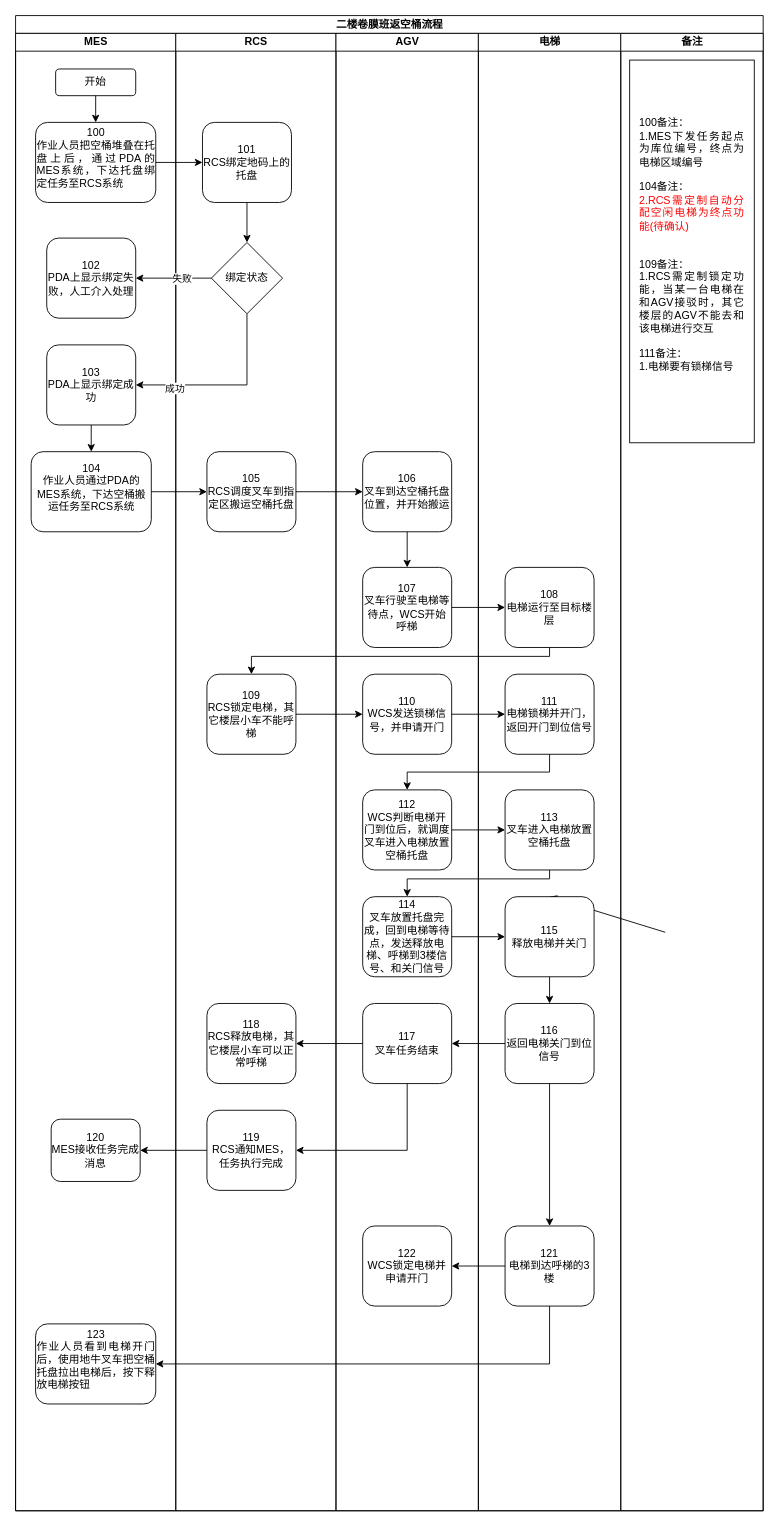
Before: page "二楼卷膜班返空桶流程" (4 of 19) of data/伍子醉作业流程图0221.drawio in chenyanxi/hosts, a draw.io diagram. Source tidied: cells renumbered, new cells numbered last; positions are measured from the earlier drawing's top-left corner, leaving out a move shared by most shapes. Both pictures are drawn from the tidied source at 89%, with x=0, y=0 at pixel (15, 15).
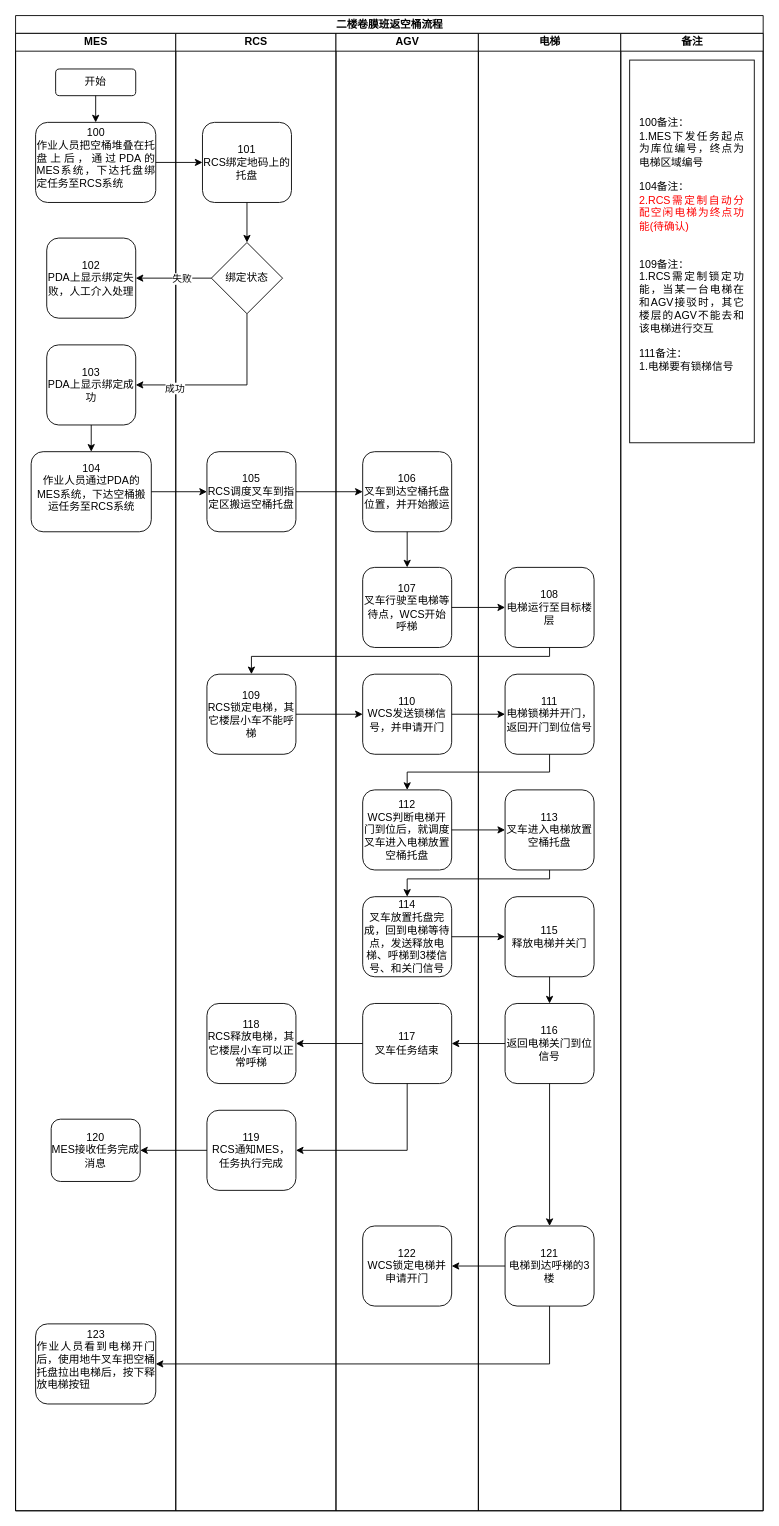
Above is the later version.

The change refers to these unchanged cells:
```xml
<mxCell id="34" value="电梯" style="swimlane;html=1;startSize=20;" parent="2" vertex="1">
  <mxGeometry x="520" y="20" width="160" height="1660" as="geometry" />
</mxCell>
```

Diff of the diagram source:
```diff
@@
-    <mxCell id="35" style="endArrow=classic;html=1;rounded=0;exitX=0.5;exitY=1;exitDx=0;exitDy=0;entryX=0.5;entryY=0;entryDx=0;entryDy=0;" parent="34" edge="1">
-      <mxGeometry relative="1" as="geometry">
-        <mxPoint x="210" y="1010" as="sourcePoint" />
-        <mxPoint x="80" y="970" as="targetPoint" />
-      </mxGeometry>
-    </mxCell>
```
